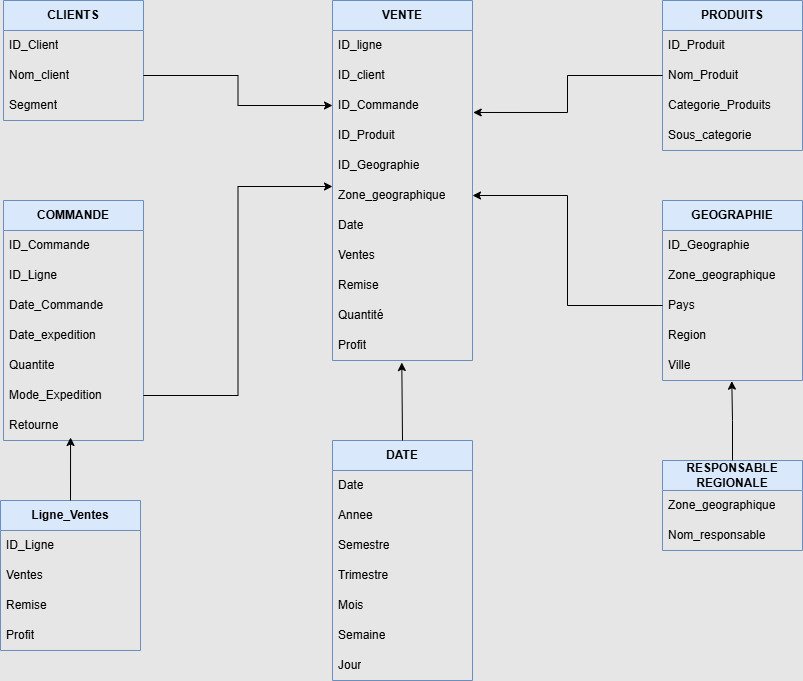
The draw.io diagram Hypermarket Project/Resources/HypermarketDatamart.drawio.png in christart-code/BI, before a commit. Source tidied: cells renumbered, new cells last; positions are measured from the earlier drawing's top-left corner, leaving out a move shared by most shapes.
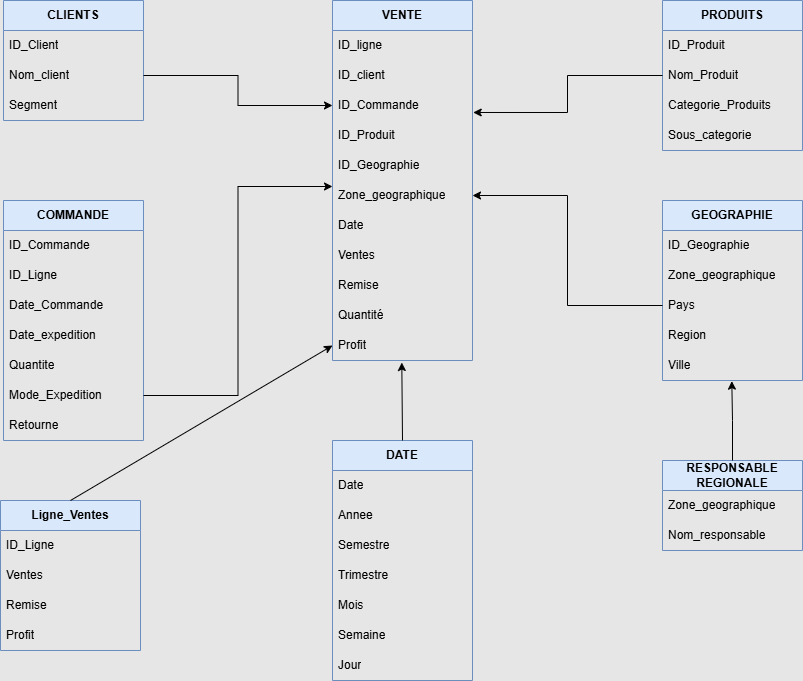
After the change.

Commit message:
Mettre à jour HypermarketDatamart.drawio.png

Diff of the diagram source:
```diff
@@ -173,7 +173,7 @@
     <mxCell id="58" value="Profit" style="text;strokeColor=none;fillColor=none;align=left;verticalAlign=middle;spacingLeft=4;spacingRight=4;overflow=hidden;whiteSpace=wrap;html=1;" parent="54" vertex="1">
       <mxGeometry y="120" width="140" height="30" as="geometry" />
     </mxCell>
-    <mxCell id="59" style="endArrow=classic;html=1;rounded=0;exitX=0.5;exitY=0;exitDx=0;exitDy=0;entryX=0.479;entryY=0.9;entryDx=0;entryDy=0;entryPerimeter=0;" parent="1" edge="1" source="54" target="30">
+    <mxCell id="59" style="endArrow=classic;html=1;rounded=0;exitX=0.5;exitY=0;exitDx=0;exitDy=0;entryX=0;entryY=0.5;entryDx=0;entryDy=0;" parent="1" edge="1" source="54" target="13">
       <mxGeometry relative="1" as="geometry" />
     </mxCell>
   </root>
```
